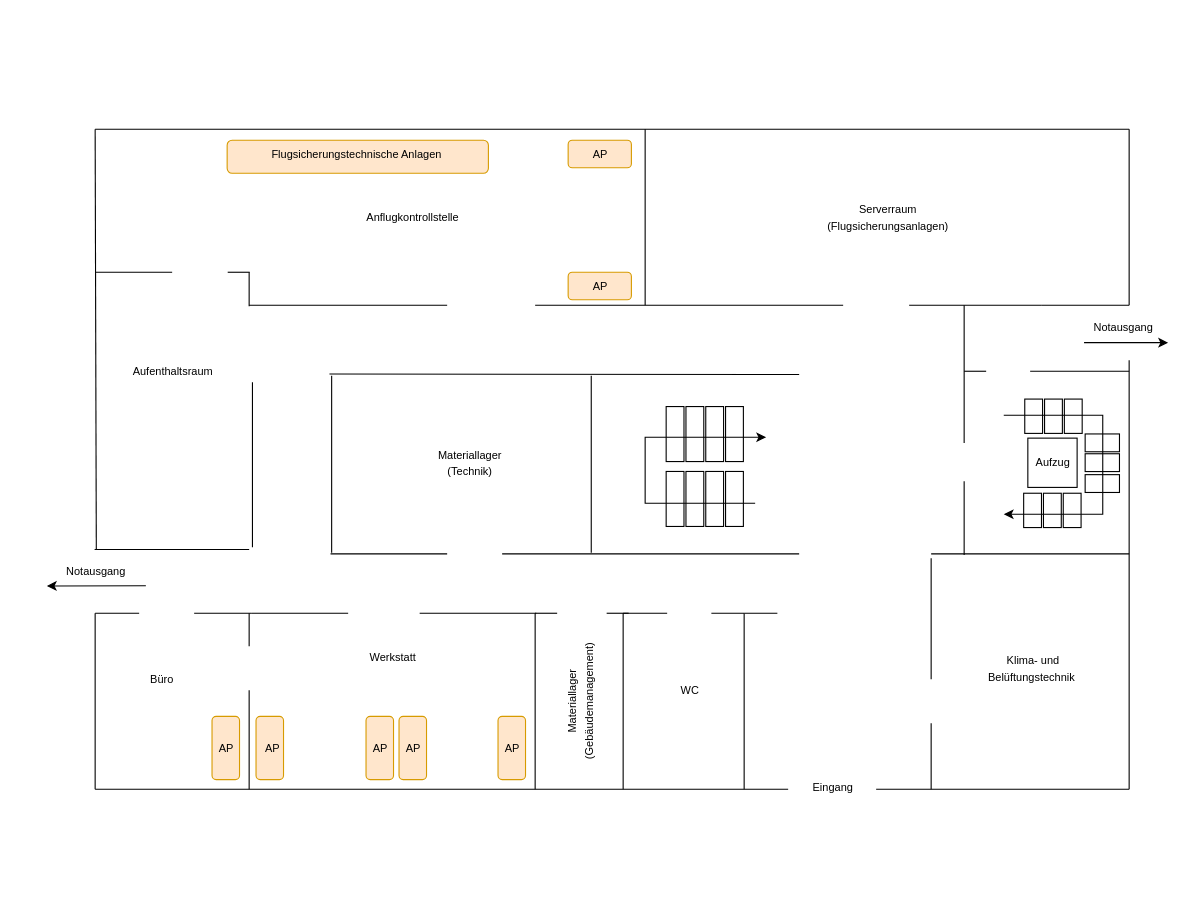
Above: Gebäudeplan_EG.drawio in meetSeb/Computer-Network (draw.io), before the change. Source tidied: cells renumbered, new cells numbered last; positions are measured from the earlier drawing's top-left corner, leaving out a move shared by most shapes. Both pictures are drawn from the tidied source at 110%, with x=0, y=0 at pixel (46, 129).
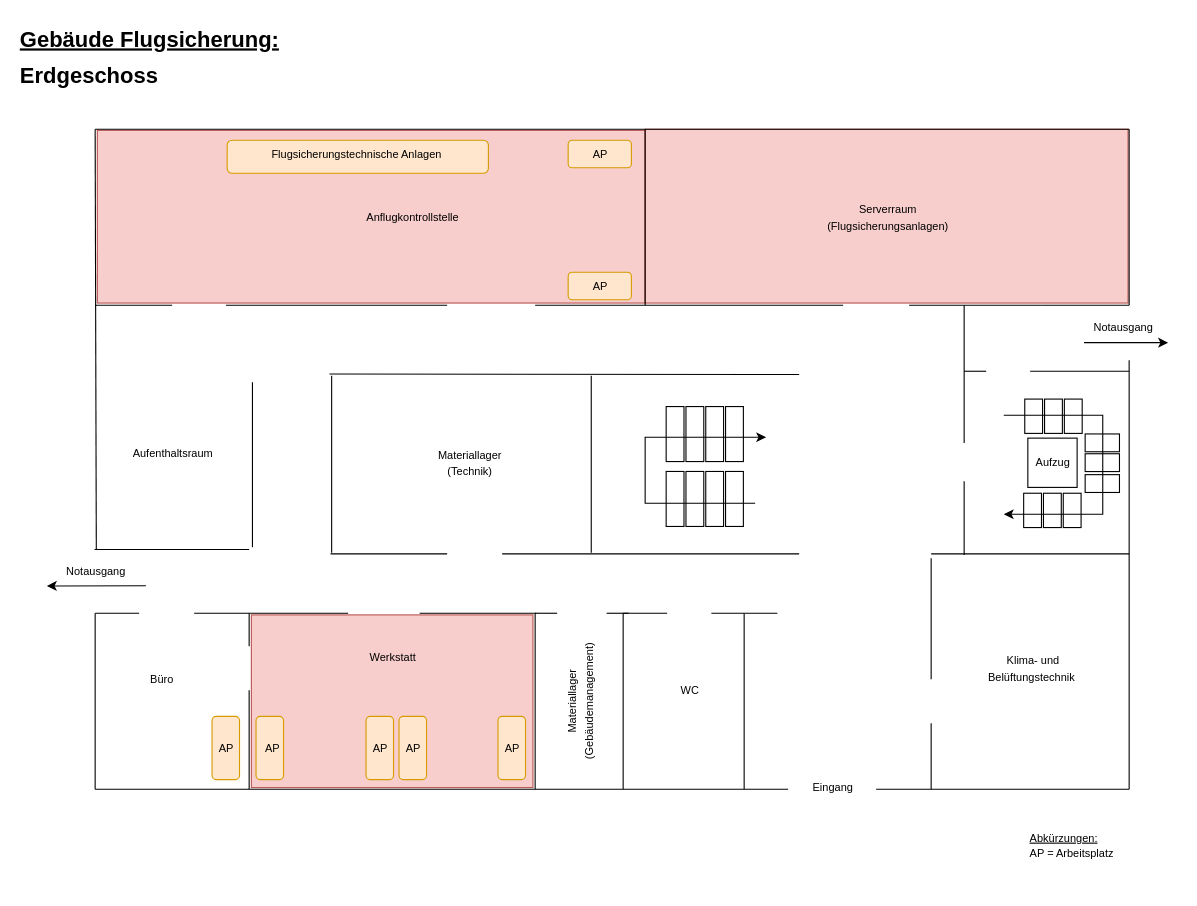
The same diagram, later.

What changed in the source:
```diff
@@
+    <mxCell id="97" style="rounded=0;whiteSpace=wrap;html=1;fillColor=#f8cecc;strokeColor=#b85450;" parent="1" vertex="1">
+      <mxGeometry x="186" y="441.5" width="256" height="157" as="geometry" />
+    </mxCell>
+    <mxCell id="98" style="rounded=0;whiteSpace=wrap;html=1;fillColor=#f8cecc;strokeColor=#b85450;" parent="1" vertex="1">
+      <mxGeometry x="46" y="1" width="498" height="157" as="geometry" />
+    </mxCell>
+    <mxCell id="99" style="rounded=0;whiteSpace=wrap;html=1;fillColor=#f8cecc;strokeColor=#b85450;" parent="1" vertex="1">
+      <mxGeometry x="544" width="439" height="158" as="geometry" />
+    </mxCell>
@@
-    <mxCell id="15" style="endArrow=none;html=1;rounded=0;strokeColor=#000000;" parent="1" edge="1">
-      <mxGeometry relative="1" as="geometry">
-        <mxPoint x="184" y="130" as="sourcePoint" />
-        <mxPoint x="184" y="161" as="targetPoint" />
-      </mxGeometry>
-    </mxCell>
@@
     <mxCell id="23" style="endArrow=none;html=1;rounded=0;strokeColor=#000000;" parent="1" edge="1">
       <mxGeometry relative="1" as="geometry">
-        <mxPoint x="184" y="160" as="sourcePoint" />
+        <mxPoint x="163" y="160" as="sourcePoint" />
         <mxPoint x="364" y="160" as="targetPoint" />
       </mxGeometry>
     </mxCell>
@@
     <mxCell id="65" style="endArrow=none;html=1;rounded=0;strokeColor=#000000;" parent="1" edge="1">
       <mxGeometry relative="1" as="geometry">
-        <mxPoint x="44" y="130" as="sourcePoint" />
-        <mxPoint x="114" y="130" as="targetPoint" />
+        <mxPoint x="44" y="160" as="sourcePoint" />
+        <mxPoint x="114" y="160" as="targetPoint" />
       </mxGeometry>
     </mxCell>
-    <mxCell id="66" style="endArrow=none;html=1;rounded=0;strokeColor=#000000;" parent="1" edge="1">
-      <mxGeometry relative="1" as="geometry">
-        <mxPoint x="184.5" y="130" as="sourcePoint" />
-        <mxPoint x="164.5" y="130" as="targetPoint" />
-      </mxGeometry>
-    </mxCell>
@@
     <mxCell id="80" value="&lt;font style=&quot;font-size: 10px;&quot;&gt;Aufenthaltsraum&lt;/font&gt;" style="text;html=1;align=center;verticalAlign=middle;whiteSpace=wrap;rounded=0;" parent="1" vertex="1">
-      <mxGeometry x="74.2" y="200" width="82.1" height="40" as="geometry" />
+      <mxGeometry x="74.2" y="274" width="82.1" height="40" as="geometry" />
     </mxCell>
@@
+    <mxCell id="100" value="&lt;blockquote style=&quot;margin: 0 0 0 40px; border: none; padding: 0px;&quot;&gt;&lt;/blockquote&gt;&lt;u style=&quot;font-size: 10px;&quot;&gt;Abkürzungen:&lt;/u&gt;&lt;br&gt;&lt;div&gt;&lt;font style=&quot;font-size: 10px;&quot;&gt;AP = Arbeitsplatz&lt;/font&gt;&lt;/div&gt;" style="text;html=1;align=left;verticalAlign=top;whiteSpace=wrap;rounded=0;strokeColor=none;" parent="1" vertex="1">
+      <mxGeometry x="891.9" y="630" width="114.3" height="60" as="geometry" />
+    </mxCell>
+    <mxCell id="101" value="&lt;font style=&quot;font-size: 20px;&quot;&gt;&lt;b&gt;&lt;u&gt;Gebäude Flugsicherung:&lt;/u&gt;&amp;nbsp;&lt;/b&gt;&lt;/font&gt;&lt;div style=&quot;line-height: 200%; font-size: 20px;&quot;&gt;&lt;b&gt;&lt;font style=&quot;font-size: 20px;&quot;&gt;Erdgeschoss&amp;nbsp;&lt;/font&gt;&lt;/b&gt;&lt;br&gt;&lt;/div&gt;" style="text;html=1;align=left;verticalAlign=top;whiteSpace=wrap;rounded=0;" parent="1" vertex="1">
+      <mxGeometry x="-25.8" y="-100" width="419.8" height="60" as="geometry" />
+    </mxCell>
```
